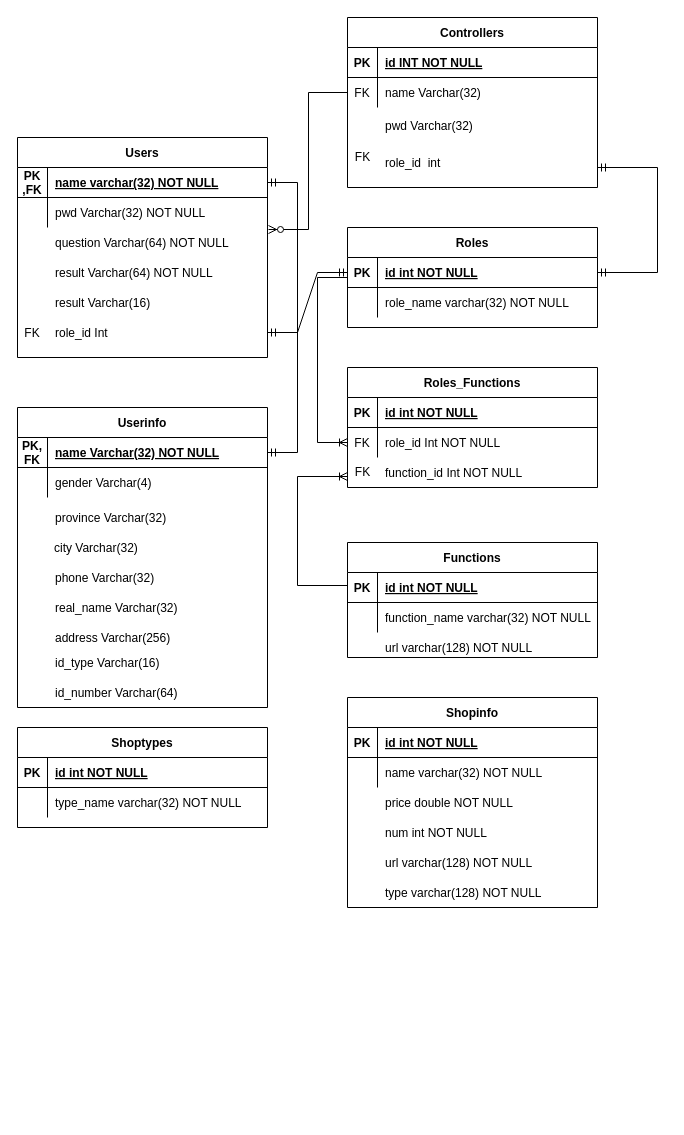
Above: Untitled Diagram.drawio in czcq/drawio_storage (draw.io), before the change. Source tidied: cells renumbered, new cells numbered last; positions are measured from the earlier drawing's top-left corner, leaving out a move shared by most shapes. Both pictures are drawn from the tidied source at 100%, with x=0, y=0 at pixel (17, 17).
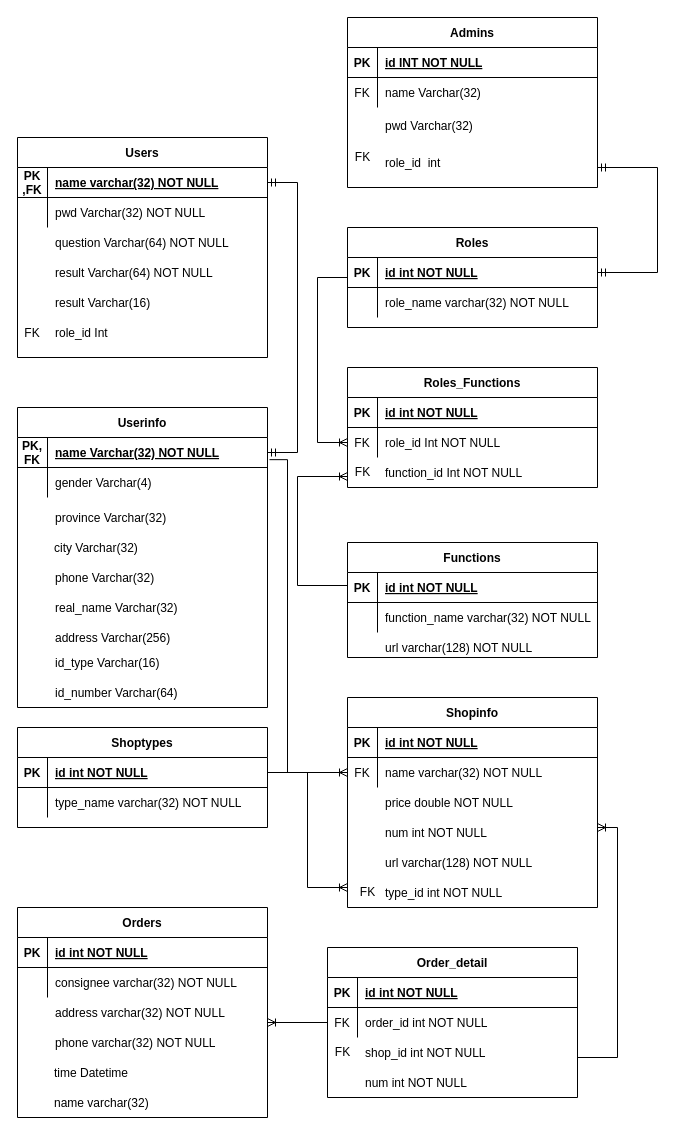
The same page after the edit.

Unchanged cells that the change refers to:
```xml
<mxCell id="9" style="shape=partialRectangle;fillColor=none;points=[[0,0.5],[1,0.5]];portConstraint=eastwest;top=0;left=0;right=0;bottom=0;" parent="1" vertex="1">
  <mxGeometry y="210" width="250" height="30" as="geometry" />
</mxCell>
<mxCell id="18" style="shape=partialRectangle;fillColor=none;points=[[0,0.5],[1,0.5]];portConstraint=eastwest;top=0;left=0;right=0;bottom=0;" parent="1" vertex="1">
  <mxGeometry y="300" width="250" height="30" as="geometry" />
</mxCell>
<mxCell id="22" style="shape=partialRectangle;fillColor=none;points=[[0,0.5],[1,0.5]];portConstraint=eastwest;top=0;left=0;right=0;bottom=1;" parent="21" vertex="1">
  <mxGeometry y="30" width="250" height="30" as="geometry" />
</mxCell>
<mxCell id="32" style="shape=partialRectangle;fillColor=none;points=[[0,0.5],[1,0.5]];portConstraint=eastwest;top=0;left=0;right=0;bottom=0;" parent="28" vertex="1">
  <mxGeometry y="60" width="250" height="30" as="geometry" />
</mxCell>
<mxCell id="47" style="shape=partialRectangle;fillColor=none;points=[[0,0.5],[1,0.5]];portConstraint=eastwest;top=0;left=0;right=0;bottom=0;" parent="43" vertex="1">
  <mxGeometry y="60" width="250" height="30" as="geometry" />
</mxCell>
<mxCell id="77" style="shape=partialRectangle;fillColor=none;points=[[0,0.5],[1,0.5]];portConstraint=eastwest;top=0;left=0;right=0;bottom=1;" parent="76" vertex="1">
  <mxGeometry y="30" width="250" height="30" as="geometry" />
</mxCell>
<mxCell id="87" style="shape=partialRectangle;fillColor=none;points=[[0,0.5],[1,0.5]];portConstraint=eastwest;top=0;left=0;right=0;bottom=0;" parent="83" vertex="1">
  <mxGeometry y="60" width="250" height="30" as="geometry" />
</mxCell>
```

Diff of the diagram source:
```diff
@@
-    <mxCell id="43" value="Controllers" style="shape=table;startSize=30;childLayout=tableLayout;rowLines=0;fontStyle=1;align=center;" parent="1" vertex="1">
+    <mxCell id="43" value="Admins" style="shape=table;startSize=30;childLayout=tableLayout;rowLines=0;fontStyle=1;align=center;" parent="1" vertex="1">
       <mxGeometry x="330" width="250" height="170" as="geometry" />
     </mxCell>
@@
-    <mxCell id="50" style="edgeStyle=elbowEdgeStyle;fontSize=12;html=1;endArrow=ERzeroToMany;endFill=1;rounded=0;exitX=0;exitY=0.5;exitDx=0;exitDy=0;entryX=1.004;entryY=0.067;entryDx=0;entryDy=0;entryPerimeter=0;" parent="1" edge="1" source="47" target="9">
-      <mxGeometry relative="1" as="geometry" />
-    </mxCell>
@@
-    <mxCell id="54" style="edgeStyle=entityRelationEdgeStyle;fontSize=12;html=1;endArrow=ERmandOne;startArrow=ERmandOne;rounded=0;entryX=0;entryY=0.5;entryDx=0;entryDy=0;" parent="1" edge="1" source="18" target="22">
-      <mxGeometry relative="1" as="geometry" />
-    </mxCell>
@@
-    <mxCell id="88" style="shape=partialRectangle;overflow=hidden;fillColor=none;top=0;left=0;bottom=0;right=0;" parent="87" vertex="1">
+    <mxCell id="88" value="FK" style="shape=partialRectangle;overflow=hidden;fillColor=none;top=0;left=0;bottom=0;right=0;" parent="87" vertex="1">
       <mxGeometry width="30" height="30" as="geometry" />
     </mxCell>
@@
-    <mxCell id="93" value="type varchar(128) NOT NULL" style="shape=partialRectangle;overflow=hidden;fillColor=none;top=0;left=0;bottom=0;right=0;align=left;spacingLeft=6;" parent="1" vertex="1">
+    <mxCell id="93" value="type_id int NOT NULL" style="shape=partialRectangle;overflow=hidden;fillColor=none;top=0;left=0;bottom=0;right=0;align=left;spacingLeft=6;" parent="1" vertex="1">
       <mxGeometry x="360" y="860" width="220" height="30" as="geometry" />
     </mxCell>
+    <mxCell id="94" value="FK" style="text;html=1;align=center;verticalAlign=middle;points=[];strokeColor=none;fillColor=none;" parent="1" vertex="1">
+      <mxGeometry x="335" y="865" width="30" height="20" as="geometry" />
+    </mxCell>
+    <mxCell id="95" style="edgeStyle=elbowEdgeStyle;fontSize=12;html=1;endArrow=ERoneToMany;rounded=0;exitX=1;exitY=0.5;exitDx=0;exitDy=0;entryX=-0.167;entryY=0.25;entryDx=0;entryDy=0;entryPerimeter=0;" parent="1" edge="1" source="77" target="94">
+      <mxGeometry relative="1" as="geometry" />
+    </mxCell>
+    <mxCell id="96" value="Orders" style="shape=table;startSize=30;childLayout=tableLayout;rowLines=0;fontStyle=1;align=center;" parent="1" vertex="1">
+      <mxGeometry y="890" width="250" height="210" as="geometry" />
+    </mxCell>
+    <mxCell id="97" style="shape=partialRectangle;fillColor=none;top=0;left=0;right=0;bottom=1;" parent="96" vertex="1">
+      <mxGeometry y="30" width="250" height="30" as="geometry" />
+    </mxCell>
+    <mxCell id="98" value="PK" style="shape=partialRectangle;overflow=hidden;fillColor=none;top=0;left=0;bottom=0;right=0;fontStyle=1;" parent="97" vertex="1">
+      <mxGeometry width="30" height="30" as="geometry" />
+    </mxCell>
+    <mxCell id="99" value="id int NOT NULL" style="shape=partialRectangle;overflow=hidden;fillColor=none;top=0;left=0;bottom=0;right=0;align=left;spacingLeft=6;fontStyle=5;" parent="97" vertex="1">
+      <mxGeometry x="30" width="220" height="30" as="geometry" />
+    </mxCell>
+    <mxCell id="100" style="shape=partialRectangle;fillColor=none;top=0;left=0;right=0;bottom=0;" parent="96" vertex="1">
+      <mxGeometry y="60" width="250" height="30" as="geometry" />
+    </mxCell>
+    <mxCell id="101" style="shape=partialRectangle;overflow=hidden;fillColor=none;top=0;left=0;bottom=0;right=0;" parent="100" vertex="1">
+      <mxGeometry width="30" height="30" as="geometry" />
+    </mxCell>
+    <mxCell id="102" value="consignee varchar(32) NOT NULL" style="shape=partialRectangle;overflow=hidden;fillColor=none;top=0;left=0;bottom=0;right=0;align=left;spacingLeft=6;" parent="100" vertex="1">
+      <mxGeometry x="30" width="220" height="30" as="geometry" />
+    </mxCell>
+    <mxCell id="103" value="address varchar(32) NOT NULL" style="shape=partialRectangle;overflow=hidden;fillColor=none;top=0;left=0;bottom=0;right=0;align=left;spacingLeft=6;" parent="1" vertex="1">
+      <mxGeometry x="30" y="980" width="220" height="30" as="geometry" />
+    </mxCell>
+    <mxCell id="104" value="phone varchar(32) NOT NULL" style="shape=partialRectangle;overflow=hidden;fillColor=none;top=0;left=0;bottom=0;right=0;align=left;spacingLeft=6;" parent="1" vertex="1">
+      <mxGeometry x="30" y="1010" width="220" height="30" as="geometry" />
+    </mxCell>
+    <mxCell id="105" value="time Datetime" style="shape=partialRectangle;overflow=hidden;fillColor=none;top=0;left=0;bottom=0;right=0;align=left;spacingLeft=6;" parent="1" vertex="1">
+      <mxGeometry x="29" y="1040" width="220" height="30" as="geometry" />
+    </mxCell>
+    <mxCell id="106" value="name varchar(32)" style="shape=partialRectangle;overflow=hidden;fillColor=none;top=0;left=0;bottom=0;right=0;align=left;spacingLeft=6;" parent="1" vertex="1">
+      <mxGeometry x="29" y="1070" width="220" height="30" as="geometry" />
+    </mxCell>
+    <mxCell id="107" value="Order_detail" style="shape=table;startSize=30;childLayout=tableLayout;rowLines=0;fontStyle=1;align=center;" parent="1" vertex="1">
+      <mxGeometry x="310" y="930" width="250" height="150" as="geometry" />
+    </mxCell>
+    <mxCell id="108" style="shape=partialRectangle;fillColor=none;top=0;left=0;right=0;bottom=1;" parent="107" vertex="1">
+      <mxGeometry y="30" width="250" height="30" as="geometry" />
+    </mxCell>
+    <mxCell id="109" value="PK" style="shape=partialRectangle;overflow=hidden;fillColor=none;top=0;left=0;bottom=0;right=0;fontStyle=1;" parent="108" vertex="1">
+      <mxGeometry width="30" height="30" as="geometry" />
+    </mxCell>
+    <mxCell id="110" value="id int NOT NULL" style="shape=partialRectangle;overflow=hidden;fillColor=none;top=0;left=0;bottom=0;right=0;align=left;spacingLeft=6;fontStyle=5;" parent="108" vertex="1">
+      <mxGeometry x="30" width="220" height="30" as="geometry" />
+    </mxCell>
+    <mxCell id="111" style="shape=partialRectangle;fillColor=none;points=[[0,0.5],[1,0.5]];portConstraint=eastwest;top=0;left=0;right=0;bottom=0;" parent="107" vertex="1">
+      <mxGeometry y="60" width="250" height="30" as="geometry" />
+    </mxCell>
+    <mxCell id="112" value="FK" style="shape=partialRectangle;overflow=hidden;fillColor=none;top=0;left=0;bottom=0;right=0;" parent="111" vertex="1">
+      <mxGeometry width="30" height="30" as="geometry" />
+    </mxCell>
+    <mxCell id="113" value="order_id int NOT NULL" style="shape=partialRectangle;overflow=hidden;fillColor=none;top=0;left=0;bottom=0;right=0;align=left;spacingLeft=6;" parent="111" vertex="1">
+      <mxGeometry x="30" width="220" height="30" as="geometry" />
+    </mxCell>
+    <mxCell id="114" value="shop_id int NOT NULL" style="shape=partialRectangle;overflow=hidden;fillColor=none;top=0;left=0;bottom=0;right=0;align=left;spacingLeft=6;" parent="1" vertex="1">
+      <mxGeometry x="340" y="1020" width="220" height="30" as="geometry" />
+    </mxCell>
+    <mxCell id="115" value="num int NOT NULL" style="shape=partialRectangle;overflow=hidden;fillColor=none;top=0;left=0;bottom=0;right=0;align=left;spacingLeft=6;" parent="1" vertex="1">
+      <mxGeometry x="340" y="1050" width="220" height="30" as="geometry" />
+    </mxCell>
+    <mxCell id="116" value="FK" style="text;html=1;align=center;verticalAlign=middle;strokeColor=none;fillColor=none;" parent="1" vertex="1">
+      <mxGeometry x="310" y="1025" width="30" height="20" as="geometry" />
+    </mxCell>
+    <mxCell id="117" style="fontSize=12;html=1;endArrow=ERoneToMany;rounded=0;exitX=0;exitY=0.5;exitDx=0;exitDy=0;" parent="1" edge="1" source="111">
+      <mxGeometry relative="1" as="geometry">
+        <mxPoint x="250" y="1005" as="targetPoint" />
+      </mxGeometry>
+    </mxCell>
+    <mxCell id="118" style="edgeStyle=elbowEdgeStyle;fontSize=12;html=1;endArrow=ERoneToMany;rounded=0;" parent="1" edge="1">
+      <mxGeometry relative="1" as="geometry">
+        <mxPoint x="560" y="1040" as="sourcePoint" />
+        <mxPoint x="580" y="810" as="targetPoint" />
+        <Array as="points">
+          <mxPoint x="600" y="930" />
+        </Array>
+      </mxGeometry>
+    </mxCell>
+    <mxCell id="119" style="edgeStyle=elbowEdgeStyle;fontSize=12;html=1;endArrow=ERoneToMany;rounded=0;exitX=1.008;exitY=-0.261;exitDx=0;exitDy=0;exitPerimeter=0;entryX=0;entryY=0.5;entryDx=0;entryDy=0;" parent="1" edge="1" source="32" target="87">
+      <mxGeometry relative="1" as="geometry">
+        <Array as="points">
+          <mxPoint x="270" y="600" />
+        </Array>
+      </mxGeometry>
+    </mxCell>
```
